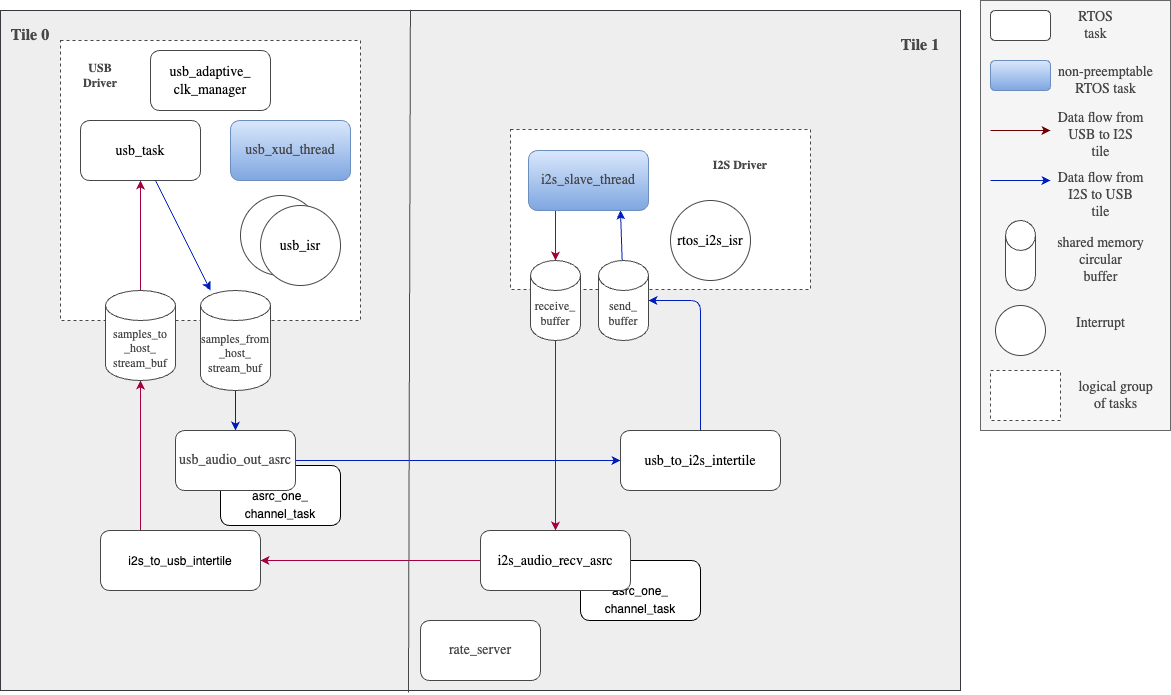
Before: doc/programming_guide/asrc/diagrams/asrc_task_diagram.drawio.png, a diagram exported from draw.io (xmos/sln_voice). Source tidied: cells renumbered, new cells last; positions are measured from the earlier drawing's top-left corner, leaving out a move shared by most shapes.
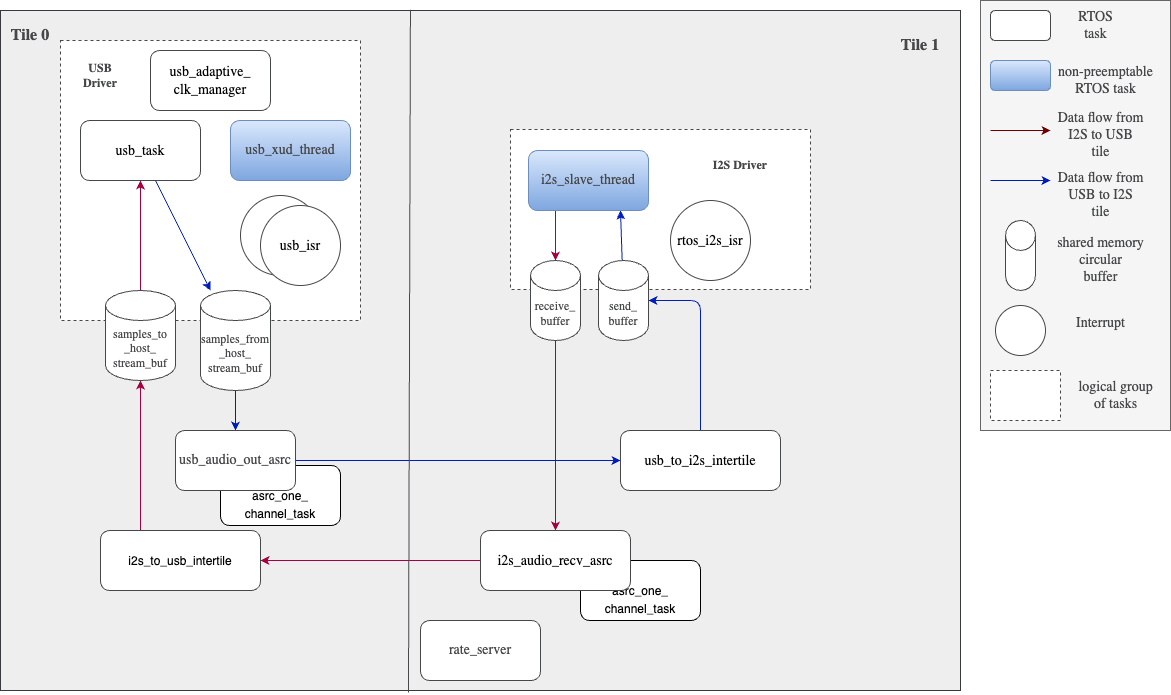
The same diagram one commit later.

Diff of the diagram source:
```diff
@@ -155,7 +155,7 @@
         <mxPoint x="70" y="130" as="targetPoint" />
       </mxGeometry>
     </mxCell>
-    <mxCell id="47" value="&lt;font style=&quot;font-size: 14px;&quot;&gt;Data flow from&lt;br&gt;USB to I2S&lt;br&gt;tile&lt;/font&gt;" style="text;html=1;align=center;verticalAlign=middle;strokeColor=none;fillColor=none;fontFamily=Arial Nova Light;fontColor=#464749;" parent="38" vertex="1">
+    <mxCell id="47" value="&lt;font style=&quot;font-size: 14px;&quot;&gt;Data flow from&lt;br&gt;I2S to USB&lt;br&gt;tile&lt;/font&gt;" style="text;html=1;align=center;verticalAlign=middle;strokeColor=none;fillColor=none;fontFamily=Arial Nova Light;fontColor=#464749;" parent="38" vertex="1">
       <mxGeometry x="65" y="105" width="110" height="60" as="geometry" />
     </mxCell>
     <mxCell id="48" style="endArrow=classic;html=1;rounded=1;strokeColor=#001DBC;fontFamily=Arial Nova Light;fontColor=#464749;fillColor=#0050ef;" parent="38" edge="1">
@@ -164,7 +164,7 @@
         <mxPoint x="70" y="180" as="targetPoint" />
       </mxGeometry>
     </mxCell>
-    <mxCell id="49" value="&lt;font style=&quot;font-size: 14px;&quot;&gt;Data flow from&lt;br&gt;I2S to USB&lt;br&gt;tile&lt;/font&gt;" style="text;html=1;align=center;verticalAlign=middle;strokeColor=none;fillColor=none;fontFamily=Arial Nova Light;fontColor=#464749;" parent="38" vertex="1">
+    <mxCell id="49" value="&lt;font style=&quot;font-size: 14px;&quot;&gt;Data flow from&lt;br&gt;USB to I2S&lt;br&gt;tile&lt;/font&gt;" style="text;html=1;align=center;verticalAlign=middle;strokeColor=none;fillColor=none;fontFamily=Arial Nova Light;fontColor=#464749;" parent="38" vertex="1">
       <mxGeometry x="65" y="165" width="110" height="60" as="geometry" />
     </mxCell>
     <mxCell id="50" style="shape=cylinder3;whiteSpace=wrap;html=1;boundedLbl=1;backgroundOutline=1;size=15;strokeColor=#464749;fontFamily=Arial Nova Light;fontColor=#464749;fillColor=#FFFFFF;" parent="38" vertex="1">
```
